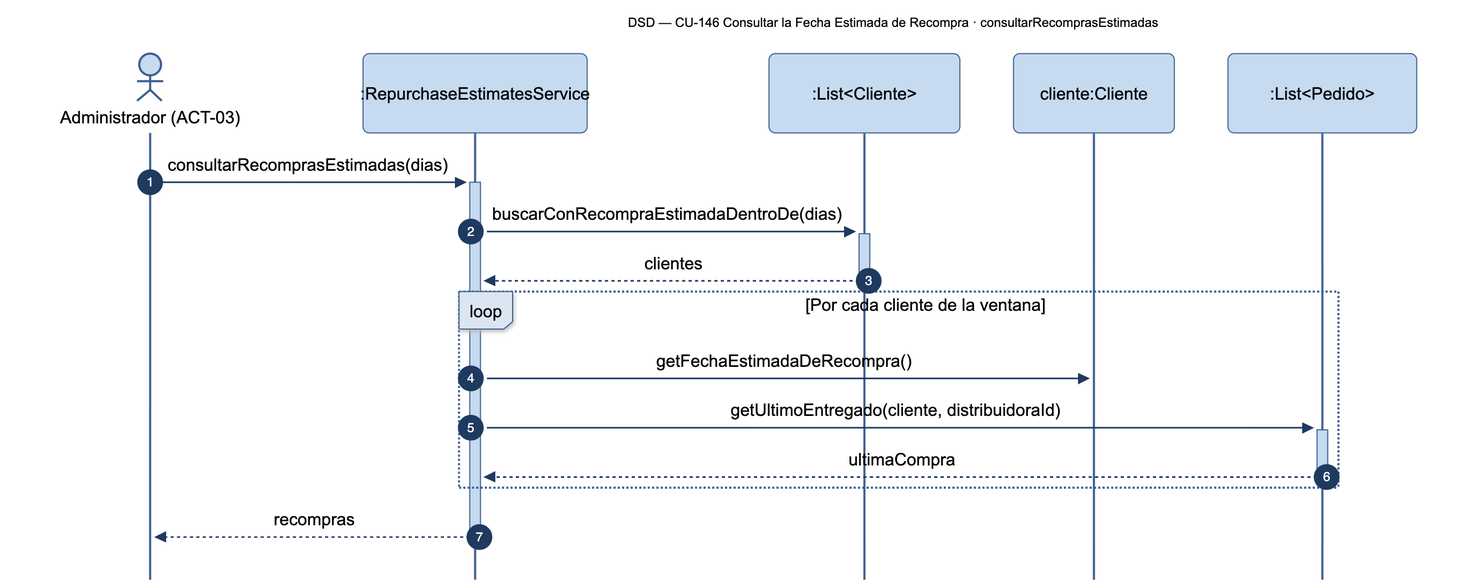
Before: diagramas/png/DSD_CU-146_consultarRecomprasEstimadas.png, a diagram exported from Mermaid (Nahuelito-Dev/splg-docs). Its source is kept beside it as diagramas/DSD_CU-146_consultarRecomprasEstimadas.mmd.
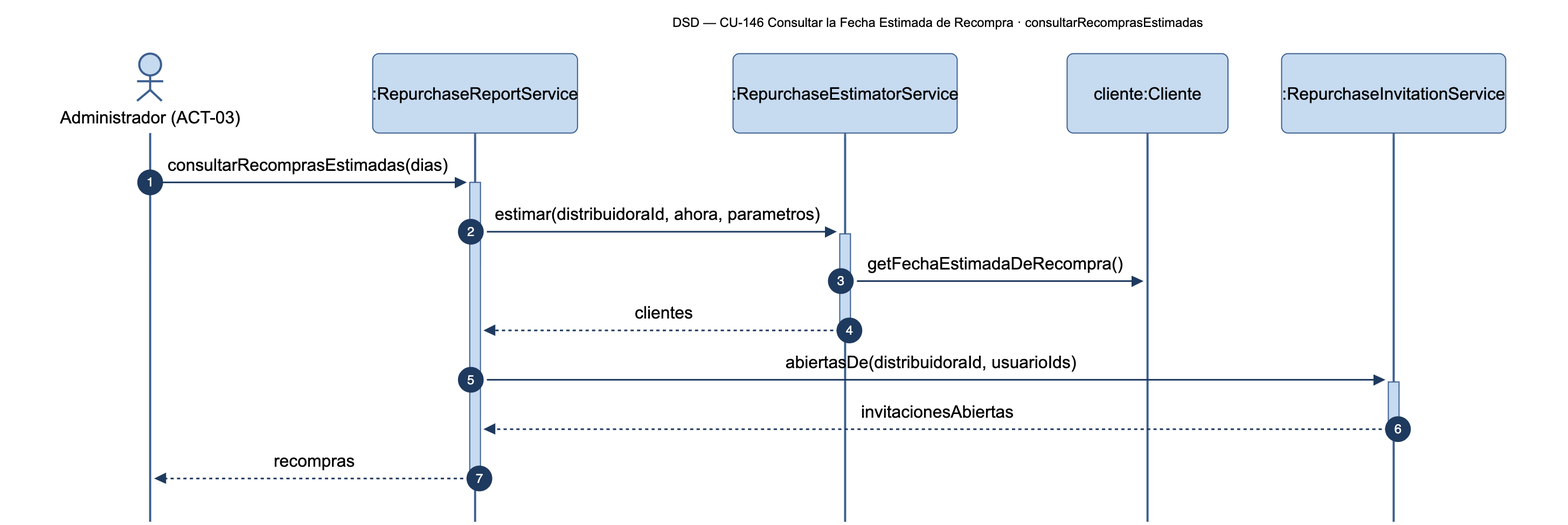
The same diagram one commit later.

The edit, as a diff of the source:
```diff
@@ -2,17 +2,15 @@
     title DSD — CU-146 Consultar la Fecha Estimada de Recompra · consultarRecomprasEstimadas
     autonumber
     actor ADM as Administrador (ACT-03)
-    participant EXP as :RepurchaseEstimatesService
-    participant CLIS as :List#lt;Cliente#gt;
+    participant RRS as :RepurchaseReportService
+    participant EST as :RepurchaseEstimatorService
     participant CLE as cliente:Cliente
-    participant PEDS as :List#lt;Pedido#gt;
+    participant INVS as :RepurchaseInvitationService
 
-    ADM->>+EXP: consultarRecomprasEstimadas(dias)
-    EXP->>+CLIS: buscarConRecompraEstimadaDentroDe(dias)
-    CLIS-->>-EXP: clientes
-    loop Por cada cliente de la ventana
-        EXP->>CLE: getFechaEstimadaDeRecompra()
-        EXP->>+PEDS: getUltimoEntregado(cliente, distribuidoraId)
-        PEDS-->>-EXP: ultimaCompra
-    end
-    EXP-->>-ADM: recompras
+    ADM->>+RRS: consultarRecomprasEstimadas(dias)
+    RRS->>+EST: estimar(distribuidoraId, ahora, parametros)
+    EST->>CLE: getFechaEstimadaDeRecompra()
+    EST-->>-RRS: clientes
+    RRS->>+INVS: abiertasDe(distribuidoraId, usuarioIds)
+    INVS-->>-RRS: invitacionesAbiertas
+    RRS-->>-ADM: recompras
```
